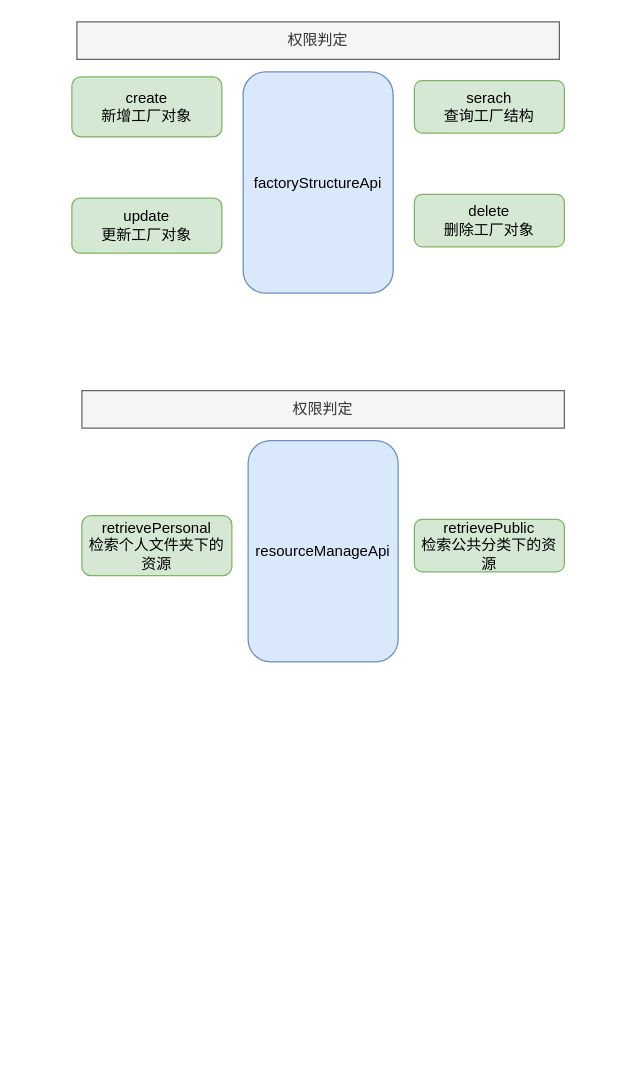
upsideDownBird/Gallery keeps this draw.io diagram as 长城概要.drawio. Above is the earlier version. Source tidied: cells renumbered, new cells numbered last; positions are measured from the earlier drawing's top-left corner, leaving out a move shared by most shapes. Both pictures are drawn from the tidied source at 125%, with x=0, y=0 at pixel (71, 21).
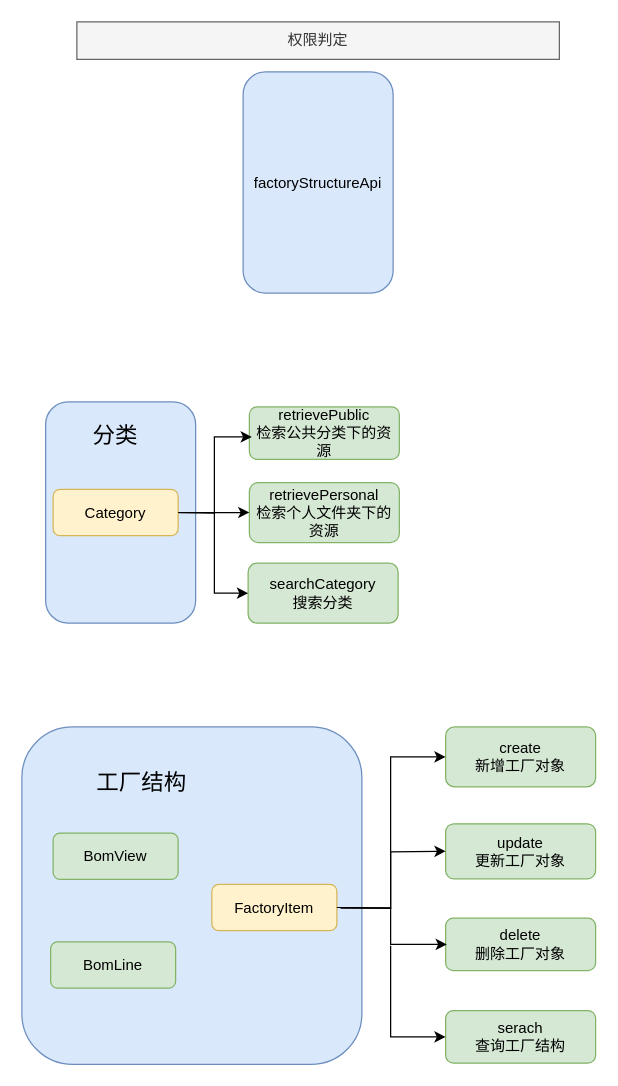
Above is the later version.

The edit, as a diff of the source:
```diff
@@
     <mxCell id="3" value="create&lt;br&gt;新增工厂对象" style="rounded=1;whiteSpace=wrap;html=1;fillColor=#d5e8d4;strokeColor=#82b366;" parent="1" vertex="1">
-      <mxGeometry y="44" width="120" height="48" as="geometry" />
+      <mxGeometry x="299" y="564" width="120" height="48" as="geometry" />
     </mxCell>
     <mxCell id="4" value="update&lt;br&gt;更新工厂对象" style="rounded=1;whiteSpace=wrap;html=1;fillColor=#d5e8d4;strokeColor=#82b366;" parent="1" vertex="1">
-      <mxGeometry y="141" width="120" height="44" as="geometry" />
+      <mxGeometry x="299" y="641.5" width="120" height="44" as="geometry" />
     </mxCell>
     <mxCell id="5" value="delete&lt;br&gt;删除工厂对象" style="rounded=1;whiteSpace=wrap;html=1;fillColor=#d5e8d4;strokeColor=#82b366;" parent="1" vertex="1">
-      <mxGeometry x="274" y="138" width="120" height="42" as="geometry" />
+      <mxGeometry x="299" y="717" width="120" height="42" as="geometry" />
     </mxCell>
     <mxCell id="6" value="serach&lt;br&gt;查询工厂结构" style="rounded=1;whiteSpace=wrap;html=1;fillColor=#d5e8d4;strokeColor=#82b366;" parent="1" vertex="1">
-      <mxGeometry x="274" y="47" width="120" height="42" as="geometry" />
+      <mxGeometry x="299" y="791" width="120" height="42" as="geometry" />
     </mxCell>
@@
-    <mxCell id="8" value="resourceManageApi" style="rounded=1;whiteSpace=wrap;html=1;fillColor=#dae8fc;strokeColor=#6c8ebf;" parent="1" vertex="1">
-      <mxGeometry x="141" y="335" width="120" height="177" as="geometry" />
+    <mxCell id="8" style="rounded=1;whiteSpace=wrap;html=1;fillColor=#dae8fc;strokeColor=#6c8ebf;" parent="1" vertex="1">
+      <mxGeometry x="-21" y="304" width="120" height="177" as="geometry" />
     </mxCell>
     <mxCell id="9" value="retrievePersonal&lt;br&gt;检索个人文件夹下的资源" style="rounded=1;whiteSpace=wrap;html=1;fillColor=#d5e8d4;strokeColor=#82b366;" parent="1" vertex="1">
-      <mxGeometry x="8" y="395" width="120" height="48" as="geometry" />
+      <mxGeometry x="142" y="368.5" width="120" height="48" as="geometry" />
     </mxCell>
     <mxCell id="10" value="retrievePublic&lt;br&gt;检索公共分类下的资源" style="rounded=1;whiteSpace=wrap;html=1;fillColor=#d5e8d4;strokeColor=#82b366;" parent="1" vertex="1">
-      <mxGeometry x="274" y="398" width="120" height="42" as="geometry" />
+      <mxGeometry x="142" y="308" width="120" height="42" as="geometry" />
     </mxCell>
-    <mxCell id="11" value="权限判定" style="rounded=0;whiteSpace=wrap;html=1;fillColor=#f5f5f5;fontColor=#333333;strokeColor=#666666;" parent="1" vertex="1">
-      <mxGeometry x="8" y="295" width="386" height="30" as="geometry" />
-    </mxCell>
+    <mxCell id="12" style="rounded=1;whiteSpace=wrap;html=1;fillColor=#dae8fc;strokeColor=#6c8ebf;" parent="1" vertex="1">
+      <mxGeometry x="-40" y="564" width="272" height="270" as="geometry" />
+    </mxCell>
+    <mxCell id="13" value="工厂结构" style="rounded=1;whiteSpace=wrap;html=1;strokeColor=none;fillColor=none;fontSize=18;" parent="1" vertex="1">
+      <mxGeometry x="-4" y="589" width="120" height="39" as="geometry" />
+    </mxCell>
+    <mxCell id="14" value="BomView" style="rounded=1;whiteSpace=wrap;html=1;fontSize=12;fillColor=#d5e8d4;strokeColor=#82b366;" parent="1" vertex="1">
+      <mxGeometry x="-15" y="649" width="100" height="37" as="geometry" />
+    </mxCell>
+    <mxCell id="15" value="BomLine" style="rounded=1;whiteSpace=wrap;html=1;fontSize=12;fillColor=#d5e8d4;strokeColor=#82b366;" parent="1" vertex="1">
+      <mxGeometry x="-17" y="736" width="100" height="37" as="geometry" />
+    </mxCell>
+    <mxCell id="16" value="FactoryItem" style="rounded=1;whiteSpace=wrap;html=1;fontSize=12;fillColor=#fff2cc;strokeColor=#d6b656;" parent="1" vertex="1">
+      <mxGeometry x="112" y="690" width="100" height="37" as="geometry" />
+    </mxCell>
+    <mxCell id="17" style="endArrow=classic;html=1;rounded=0;fontSize=12;exitX=1;exitY=0.5;exitDx=0;exitDy=0;entryX=0;entryY=0.5;entryDx=0;entryDy=0;" parent="1" edge="1" source="16" target="3">
+      <mxGeometry relative="1" as="geometry">
+        <Array as="points">
+          <mxPoint x="255" y="709" />
+          <mxPoint x="255" y="588" />
+        </Array>
+      </mxGeometry>
+    </mxCell>
+    <mxCell id="18" style="endArrow=classic;html=1;rounded=0;fontSize=12;entryX=0;entryY=0.5;entryDx=0;entryDy=0;" parent="1" edge="1" target="4">
+      <mxGeometry relative="1" as="geometry">
+        <mxPoint x="215" y="709" as="sourcePoint" />
+        <Array as="points">
+          <mxPoint x="255" y="709" />
+          <mxPoint x="255" y="664" />
+        </Array>
+      </mxGeometry>
+    </mxCell>
+    <mxCell id="19" style="endArrow=classic;html=1;rounded=0;fontSize=12;exitX=1;exitY=0.5;exitDx=0;exitDy=0;entryX=0;entryY=0.5;entryDx=0;entryDy=0;" parent="1" edge="1">
+      <mxGeometry relative="1" as="geometry">
+        <mxPoint x="213" y="708.5" as="sourcePoint" />
+        <mxPoint x="300" y="738" as="targetPoint" />
+        <Array as="points">
+          <mxPoint x="255" y="709" />
+          <mxPoint x="255" y="738" />
+        </Array>
+      </mxGeometry>
+    </mxCell>
+    <mxCell id="20" style="endArrow=classic;html=1;rounded=0;fontSize=12;entryX=0;entryY=0.5;entryDx=0;entryDy=0;" parent="1" edge="1" target="6">
+      <mxGeometry relative="1" as="geometry">
+        <mxPoint x="255" y="739" as="sourcePoint" />
+        <Array as="points">
+          <mxPoint x="255" y="812" />
+        </Array>
+      </mxGeometry>
+    </mxCell>
+    <mxCell id="21" value="分类" style="rounded=1;whiteSpace=wrap;html=1;strokeColor=none;fillColor=none;fontSize=18;" parent="1" vertex="1">
+      <mxGeometry x="-25" y="311" width="120" height="39" as="geometry" />
+    </mxCell>
+    <mxCell id="22" style="edgeStyle=orthogonalEdgeStyle;rounded=0;jettySize=auto;html=1;fontSize=12;" parent="1" edge="1" source="23" target="9">
+      <mxGeometry relative="1" as="geometry" />
+    </mxCell>
+    <mxCell id="23" value="Category" style="rounded=1;whiteSpace=wrap;html=1;fontSize=12;fillColor=#fff2cc;strokeColor=#d6b656;" parent="1" vertex="1">
+      <mxGeometry x="-15" y="374" width="100" height="37" as="geometry" />
+    </mxCell>
+    <mxCell id="24" value="searchCategory&lt;br&gt;搜索分类" style="rounded=1;whiteSpace=wrap;html=1;fillColor=#d5e8d4;strokeColor=#82b366;" parent="1" vertex="1">
+      <mxGeometry x="141" y="433" width="120" height="48" as="geometry" />
+    </mxCell>
+    <mxCell id="25" style="endArrow=classic;html=1;rounded=0;fontSize=12;exitX=1;exitY=0.5;exitDx=0;exitDy=0;" parent="1" edge="1" source="23">
+      <mxGeometry relative="1" as="geometry">
+        <mxPoint x="144" y="332" as="targetPoint" />
+        <Array as="points">
+          <mxPoint x="114" y="393" />
+          <mxPoint x="114" y="332" />
+        </Array>
+      </mxGeometry>
+    </mxCell>
+    <mxCell id="26" style="endArrow=classic;html=1;rounded=0;fontSize=12;entryX=0;entryY=0.5;entryDx=0;entryDy=0;" parent="1" edge="1" target="24">
+      <mxGeometry relative="1" as="geometry">
+        <mxPoint x="114" y="393" as="sourcePoint" />
+        <Array as="points">
+          <mxPoint x="114" y="457" />
+        </Array>
+      </mxGeometry>
+    </mxCell>
```
